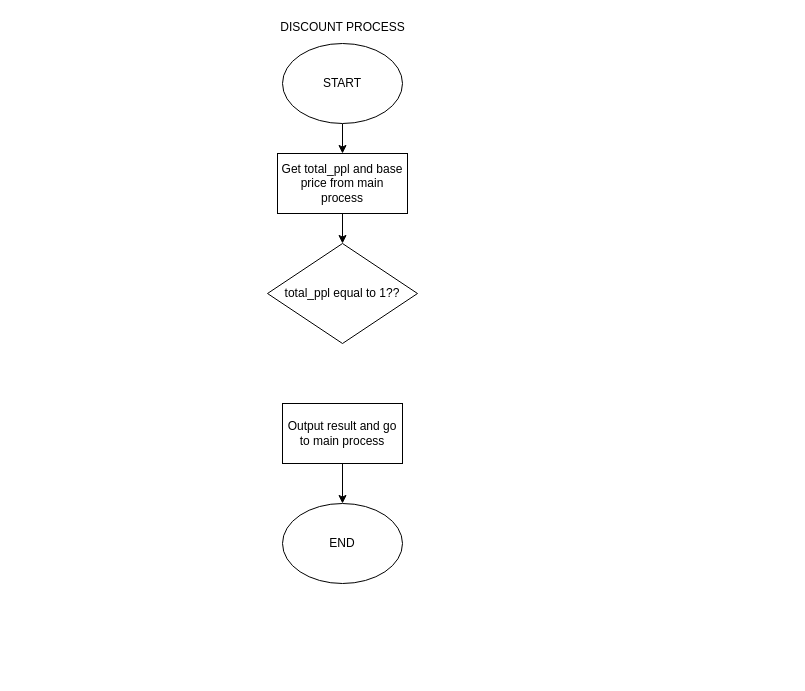
Earlier version of the draw.io diagram APS145_Workshop7_SubprocessPart2.drawio (PriyaArasan/APS145_Workshop7). Source tidied: cells renumbered, new cells numbered last; positions are measured from the earlier drawing's top-left corner, leaving out a move shared by most shapes. Both pictures are drawn from the tidied source at 100%, with x=0, y=0 at pixel (267, 17).
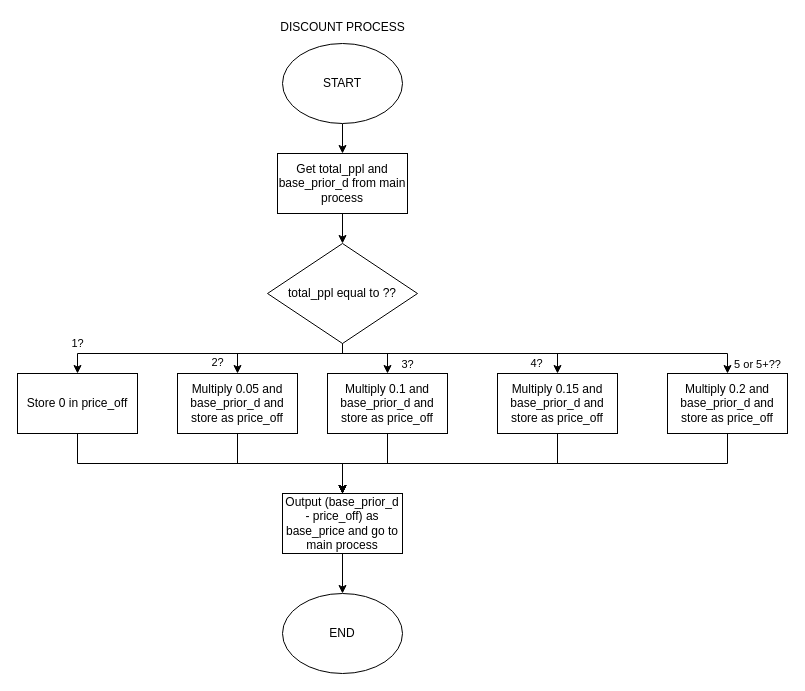
The same diagram, later.

What changed in the source:
```diff
@@
-    <mxCell id="3" value="Get total_ppl and base price from main process" style="rounded=0;whiteSpace=wrap;html=1;" parent="1" vertex="1">
+    <mxCell id="3" value="Get total_ppl and base_prior_d from main process" style="rounded=0;whiteSpace=wrap;html=1;" parent="1" vertex="1">
       <mxGeometry x="10" y="136" width="130" height="60" as="geometry" />
     </mxCell>
@@
-    <mxCell id="5" value="Output result and go to main process" style="rounded=0;whiteSpace=wrap;html=1;" parent="1" vertex="1">
-      <mxGeometry x="15" y="386" width="120" height="60" as="geometry" />
+    <mxCell id="5" value="Output (base_prior_d - price_off) as base_price and go to main process" style="rounded=0;whiteSpace=wrap;html=1;" parent="1" vertex="1">
+      <mxGeometry x="15" y="476" width="120" height="60" as="geometry" />
     </mxCell>
@@
     <mxCell id="9" value="END" style="ellipse;whiteSpace=wrap;html=1;" parent="1" vertex="1">
-      <mxGeometry x="15" y="486" width="120" height="80" as="geometry" />
+      <mxGeometry x="15" y="576" width="120" height="80" as="geometry" />
     </mxCell>
+    <mxCell id="11" value="1?" style="edgeStyle=orthogonalEdgeStyle;rounded=0;jettySize=auto;html=1;exitX=0.5;exitY=1;exitDx=0;exitDy=0;entryX=0.5;entryY=0;entryDx=0;entryDy=0;" parent="1" edge="1" source="10" target="17">
+      <mxGeometry x="0.86" y="-10" relative="1" as="geometry">
+        <Array as="points">
+          <mxPoint x="75" y="336" />
+          <mxPoint x="-190" y="336" />
+        </Array>
+        <mxPoint x="-1" as="offset" />
+      </mxGeometry>
+    </mxCell>
+    <mxCell id="12" value="2?" style="edgeStyle=orthogonalEdgeStyle;rounded=0;jettySize=auto;html=1;exitX=0.5;exitY=1;exitDx=0;exitDy=0;entryX=0.5;entryY=0;entryDx=0;entryDy=0;" parent="1" edge="1" source="10" target="19">
+      <mxGeometry x="0.85" y="-20" relative="1" as="geometry">
+        <Array as="points">
+          <mxPoint x="75" y="336" />
+          <mxPoint x="-30" y="336" />
+        </Array>
+        <mxPoint y="-1" as="offset" />
+      </mxGeometry>
+    </mxCell>
+    <mxCell id="13" value="3?" style="edgeStyle=orthogonalEdgeStyle;rounded=0;jettySize=auto;html=1;exitX=0.5;exitY=1;exitDx=0;exitDy=0;entryX=0.5;entryY=0;entryDx=0;entryDy=0;" parent="1" edge="1" source="10" target="21">
+      <mxGeometry x="0.73" y="20" relative="1" as="geometry">
+        <Array as="points">
+          <mxPoint x="75" y="336" />
+          <mxPoint x="120" y="336" />
+        </Array>
+        <mxPoint y="1" as="offset" />
+      </mxGeometry>
+    </mxCell>
+    <mxCell id="14" value="4?" style="edgeStyle=orthogonalEdgeStyle;rounded=0;jettySize=auto;html=1;exitX=0.5;exitY=1;exitDx=0;exitDy=0;entryX=0.5;entryY=0;entryDx=0;entryDy=0;" parent="1" edge="1" source="10" target="23">
+      <mxGeometry x="0.67" y="-10" relative="1" as="geometry">
+        <Array as="points">
+          <mxPoint x="75" y="336" />
+          <mxPoint x="290" y="336" />
+        </Array>
+        <mxPoint x="-1" as="offset" />
+      </mxGeometry>
+    </mxCell>
+    <mxCell id="15" value="5 or 5+??" style="edgeStyle=orthogonalEdgeStyle;rounded=0;jettySize=auto;html=1;exitX=0.5;exitY=1;exitDx=0;exitDy=0;" parent="1" edge="1" source="10" target="25">
+      <mxGeometry x="0.95" y="30" relative="1" as="geometry">
+        <Array as="points">
+          <mxPoint x="75" y="336" />
+          <mxPoint x="460" y="336" />
+        </Array>
+        <mxPoint y="1" as="offset" />
+      </mxGeometry>
+    </mxCell>
-    <mxCell id="10" value="total_ppl equal to 1??" style="rhombus;whiteSpace=wrap;html=1;" parent="1" vertex="1">
+    <mxCell id="10" value="total_ppl equal to ??" style="rhombus;whiteSpace=wrap;html=1;" parent="1" vertex="1">
       <mxGeometry y="226" width="150" height="100" as="geometry" />
     </mxCell>
+    <mxCell id="16" style="edgeStyle=orthogonalEdgeStyle;rounded=0;jettySize=auto;html=1;entryX=0.5;entryY=0;entryDx=0;entryDy=0;" parent="1" edge="1" source="17" target="5">
+      <mxGeometry relative="1" as="geometry">
+        <Array as="points">
+          <mxPoint x="-190" y="446" />
+          <mxPoint x="75" y="446" />
+        </Array>
+      </mxGeometry>
+    </mxCell>
+    <mxCell id="17" value="Store 0 in price_off" style="rounded=0;whiteSpace=wrap;html=1;" parent="1" vertex="1">
+      <mxGeometry x="-250" y="356" width="120" height="60" as="geometry" />
+    </mxCell>
+    <mxCell id="18" style="edgeStyle=orthogonalEdgeStyle;rounded=0;jettySize=auto;html=1;entryX=0.5;entryY=0;entryDx=0;entryDy=0;" parent="1" edge="1" source="19" target="5">
+      <mxGeometry relative="1" as="geometry" />
+    </mxCell>
+    <mxCell id="19" value="Multiply 0.05 and base_prior_d and store as price_off" style="rounded=0;whiteSpace=wrap;html=1;" parent="1" vertex="1">
+      <mxGeometry x="-90" y="356" width="120" height="60" as="geometry" />
+    </mxCell>
+    <mxCell id="20" style="edgeStyle=orthogonalEdgeStyle;rounded=0;jettySize=auto;html=1;entryX=0.5;entryY=0;entryDx=0;entryDy=0;" parent="1" edge="1" source="21" target="5">
+      <mxGeometry relative="1" as="geometry" />
+    </mxCell>
+    <mxCell id="21" value="Multiply 0.1 and base_prior_d and store as price_off" style="rounded=0;whiteSpace=wrap;html=1;" parent="1" vertex="1">
+      <mxGeometry x="60" y="356" width="120" height="60" as="geometry" />
+    </mxCell>
+    <mxCell id="22" style="edgeStyle=orthogonalEdgeStyle;rounded=0;jettySize=auto;html=1;entryX=0.5;entryY=0;entryDx=0;entryDy=0;" parent="1" edge="1" source="23" target="5">
+      <mxGeometry relative="1" as="geometry">
+        <Array as="points">
+          <mxPoint x="290" y="446" />
+          <mxPoint x="75" y="446" />
+        </Array>
+      </mxGeometry>
+    </mxCell>
+    <mxCell id="23" value="Multiply 0.15 and base_prior_d and store as price_off" style="rounded=0;whiteSpace=wrap;html=1;" parent="1" vertex="1">
+      <mxGeometry x="230" y="356" width="120" height="60" as="geometry" />
+    </mxCell>
+    <mxCell id="24" style="edgeStyle=orthogonalEdgeStyle;rounded=0;jettySize=auto;html=1;entryX=0.5;entryY=0;entryDx=0;entryDy=0;" parent="1" edge="1" source="25" target="5">
+      <mxGeometry relative="1" as="geometry">
+        <Array as="points">
+          <mxPoint x="460" y="446" />
+          <mxPoint x="75" y="446" />
+        </Array>
+      </mxGeometry>
+    </mxCell>
+    <mxCell id="25" value="Multiply 0.2 and base_prior_d and store as price_off" style="rounded=0;whiteSpace=wrap;html=1;" parent="1" vertex="1">
+      <mxGeometry x="400" y="356" width="120" height="60" as="geometry" />
+    </mxCell>
```
